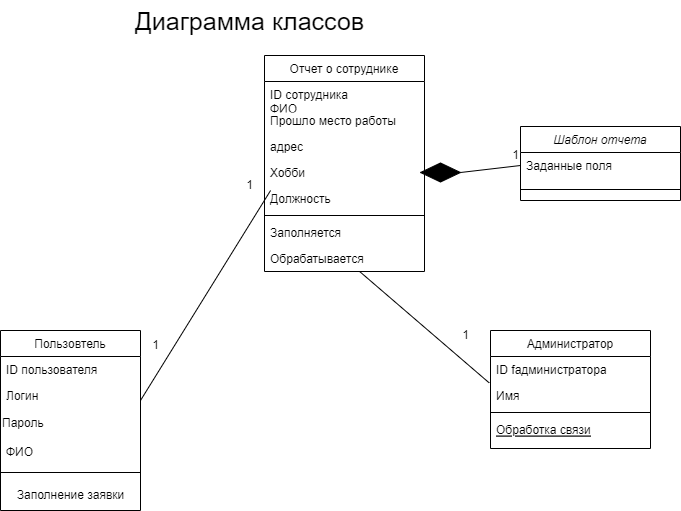
Earlier version of the draw.io export 6ртпо2.drawio.png (Malginn/Labs_TSU). Source tidied: cells renumbered, new cells last; positions are measured from the earlier drawing's top-left corner, leaving out a move shared by most shapes.
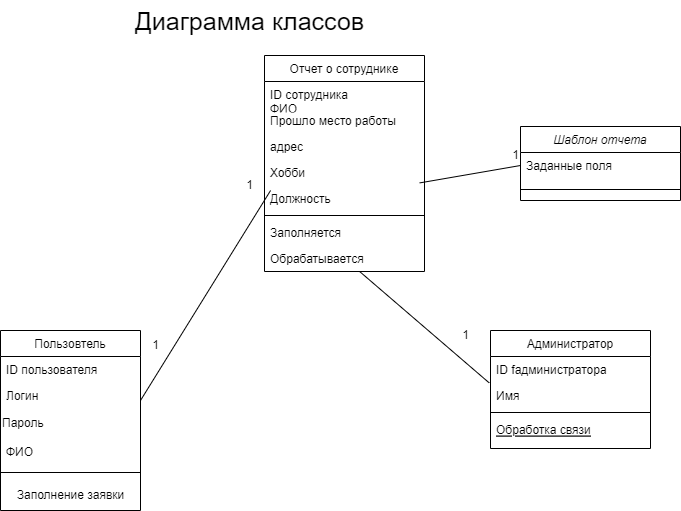
After the commit.

The edit, as a diff of the source:
```diff
@@ -74,10 +74,7 @@
     <mxCell id="25" value="Обрабатывается" style="text;align=left;verticalAlign=top;spacingLeft=4;spacingRight=4;overflow=hidden;points=[[0,0.5],[1,0.5]];portConstraint=eastwest;" parent="17" vertex="1">
       <mxGeometry y="190" width="160" height="26" as="geometry" />
     </mxCell>
-    <mxCell id="26" style="rhombus;whiteSpace=wrap;html=1;fillColor=#000000;" parent="1" vertex="1">
-      <mxGeometry x="420" y="162.5" width="40" height="19" as="geometry" />
-    </mxCell>
-    <mxCell id="27" style="endArrow=none;html=1;rounded=0;entryX=0;entryY=0.5;entryDx=0;entryDy=0;exitX=1;exitY=0.5;exitDx=0;exitDy=0;" parent="1" edge="1" source="26" target="3">
+    <mxCell id="27" style="endArrow=none;html=1;rounded=0;entryX=0;entryY=0.5;entryDx=0;entryDy=0;exitX=0.97;exitY=-0.1;exitDx=0;exitDy=0;exitPerimeter=0;" parent="1" edge="1" source="22" target="3">
       <mxGeometry relative="1" as="geometry" />
     </mxCell>
     <mxCell id="28" value="1" style="text;html=1;align=center;verticalAlign=middle;strokeColor=none;fillColor=none;" parent="1" vertex="1">
```
